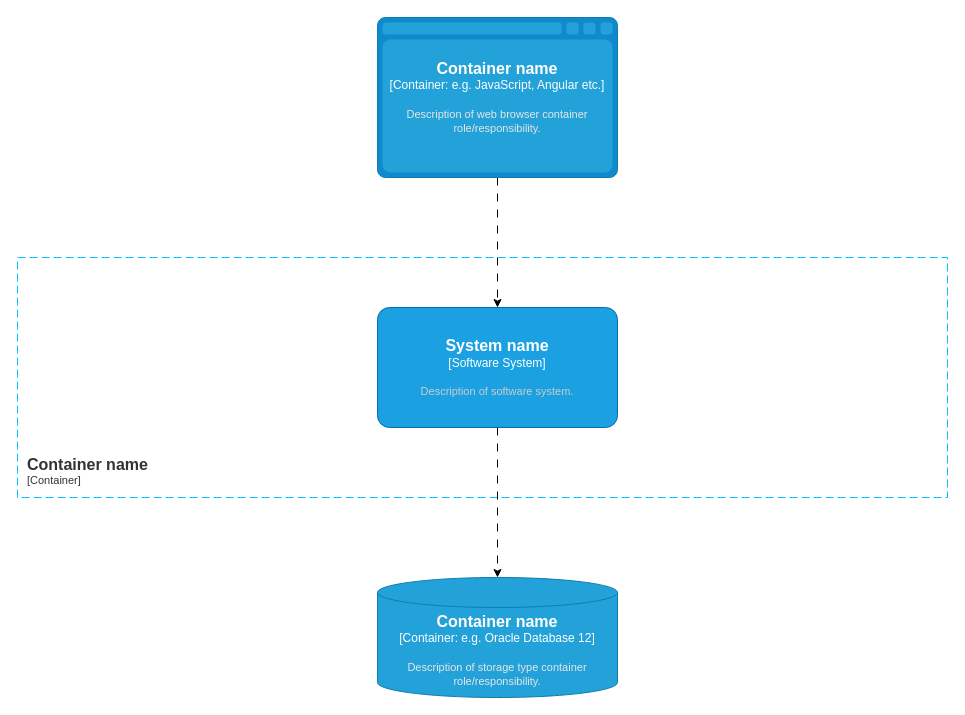
Before: page "Component" (3 of 4) of Project_API_Twitter.drawio in Muking3/Project_API_Twitter, a draw.io diagram. Source tidied: cells renumbered, new cells numbered last; positions are measured from the earlier drawing's top-left corner, leaving out a move shared by most shapes. Both pictures are drawn from the tidied source at 100%, with x=0, y=0 at pixel (17, 17).
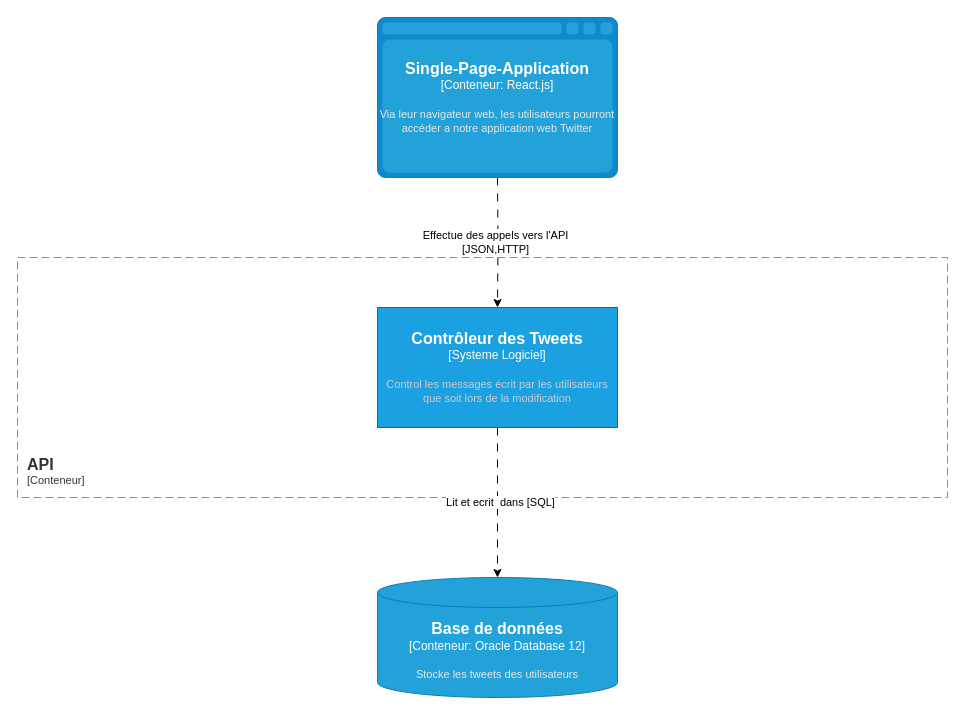
After the change.

What changed in the source:
```diff
@@
 <mxGraphModel>
   <root>
     <mxCell id="0" />
     <mxCell id="1" parent="0" />
-    <mxCell id="2" style="edgeStyle=orthogonalEdgeStyle;rounded=0;jettySize=auto;html=1;dashed=1;dashPattern=8 8;" parent="1" edge="1" source="3" target="6">
-      <mxGeometry relative="1" as="geometry" />
+    <mxCell id="2" style="edgeStyle=orthogonalEdgeStyle;rounded=0;jettySize=auto;html=1;dashed=1;dashPattern=8 8;" parent="1" edge="1" target="6">
+      <mxGeometry relative="1" as="geometry">
+        <mxPoint x="480" y="160" as="sourcePoint" />
+      </mxGeometry>
     </mxCell>
-    <object id="3" label="&lt;font style=&quot;font-size: 16px&quot;&gt;&lt;b&gt;%c4Type%&lt;/b&gt;&lt;/font&gt;&lt;div&gt;[%c4Container%:&amp;nbsp;%c4Technology%]&lt;/div&gt;&lt;br&gt;&lt;div&gt;&lt;font style=&quot;font-size: 11px&quot;&gt;&lt;font color=&quot;#E6E6E6&quot;&gt;%c4Description%&lt;/font&gt;&lt;/div&gt;" c4Container="Container" c4Description="Description of web browser container role/responsibility." c4Technology="e.g. JavaScript, Angular etc." c4Type="Container name" placeholders="1">
-      <mxCell style="shape=mxgraph.c4.webBrowserContainer2;whiteSpace=wrap;html=1;boundedLbl=1;rounded=0;labelBackgroundColor=none;strokeColor=#118ACD;fillColor=#23A2D9;strokeColor=#118ACD;strokeColor2=#0E7DAD;fontSize=12;fontColor=#ffffff;align=center;points=[[0.5,0,0],[1,0.25,0],[1,0.5,0],[1,0.75,0],[0.5,1,0],[0,0.75,0],[0,0.5,0],[0,0.25,0]];" parent="1" vertex="1">
-        <mxGeometry x="360" width="240" height="160" as="geometry" />
-      </mxCell>
-    </object>
+    <mxCell id="8" value="Effectue des appels vers l'API&lt;br style=&quot;border-color: var(--border-color);&quot;&gt;[JSON,HTTP]" style="edgeLabel;html=1;align=center;verticalAlign=middle;" parent="2" vertex="1">
+      <mxGeometry x="0.01" y="-3" relative="1" as="geometry">
+        <mxPoint y="-1" as="offset" />
+      </mxGeometry>
+    </mxCell>
-    <object id="4" label="&lt;font style=&quot;font-size: 16px&quot;&gt;&lt;b&gt;&lt;div style=&quot;text-align: left&quot;&gt;%c4Name%&lt;/div&gt;&lt;/b&gt;&lt;/font&gt;&lt;div style=&quot;text-align: left&quot;&gt;[%c4Application%]&lt;/div&gt;" c4Application="Container" c4Name="Container name" placeholders="1">
+    <object id="4" label="&lt;font style=&quot;font-size: 16px&quot;&gt;&lt;b&gt;&lt;div style=&quot;text-align: left&quot;&gt;%c4Name%&lt;/div&gt;&lt;/b&gt;&lt;/font&gt;&lt;div style=&quot;text-align: left&quot;&gt;[%c4Application%]&lt;/div&gt;" c4Application="Conteneur" c4Name="API" placeholders="1">
       <mxCell style="rounded=0;fontSize=11;whiteSpace=wrap;html=1;dashed=1;arcSize=20;fillColor=none;strokeColor=#00C3FF;fontColor=#333333;labelBackgroundColor=none;align=left;verticalAlign=bottom;labelBorderColor=none;spacingTop=0;spacing=10;dashPattern=8 4;perimeter=rectanglePerimeter;noLabel=0;labelPadding=0;absoluteArcSize=1;" parent="1" vertex="1">
         <mxGeometry y="240" width="930" height="240" as="geometry" />
       </mxCell>
     </object>
-    <mxCell id="5" style="edgeStyle=orthogonalEdgeStyle;rounded=0;jettySize=auto;html=1;dashed=1;dashPattern=8 8;" parent="1" edge="1" source="6" target="7">
-      <mxGeometry relative="1" as="geometry" />
+    <mxCell id="5" style="edgeStyle=orthogonalEdgeStyle;rounded=0;jettySize=auto;html=1;dashed=1;dashPattern=8 8;" parent="1" edge="1" source="6">
+      <mxGeometry relative="1" as="geometry">
+        <mxPoint x="480" y="560" as="targetPoint" />
+      </mxGeometry>
     </mxCell>
+    <mxCell id="9" value="Lit et ecrit&amp;nbsp; dans [SQL]" style="edgeLabel;html=1;align=center;verticalAlign=middle;" parent="5" vertex="1">
+      <mxGeometry y="2" relative="1" as="geometry">
+        <mxPoint x="2" y="1" as="offset" />
+      </mxGeometry>
+    </mxCell>
-    <object id="6" label="&lt;font style=&quot;font-size: 16px&quot;&gt;&lt;b&gt;%c4Name%&lt;/b&gt;&lt;/font&gt;&lt;div&gt;[%c4Type%]&lt;/div&gt;&lt;br&gt;&lt;div&gt;&lt;font style=&quot;font-size: 11px&quot;&gt;&lt;font color=&quot;#cccccc&quot;&gt;%c4Description%&lt;/font&gt;&lt;/div&gt;" c4Description="Description of software system." c4Name="System name" c4Type="Software System" placeholders="1">
-      <mxCell style="rounded=1;whiteSpace=wrap;html=1;labelBackgroundColor=none;fillColor=#1ba1e2;fontColor=#ffffff;align=center;arcSize=10;strokeColor=#006EAF;points=[[0.25,0,0],[0.5,0,0],[0.75,0,0],[1,0.25,0],[1,0.5,0],[1,0.75,0],[0.75,1,0],[0.5,1,0],[0.25,1,0],[0,0.75,0],[0,0.5,0],[0,0.25,0]];" parent="1" vertex="1">
+    <object id="6" label="&lt;font style=&quot;font-size: 16px&quot;&gt;&lt;b&gt;%c4Name%&lt;/b&gt;&lt;/font&gt;&lt;div&gt;[%c4Type%]&lt;/div&gt;&lt;br&gt;&lt;div&gt;&lt;font style=&quot;font-size: 11px&quot;&gt;&lt;font color=&quot;#cccccc&quot;&gt;%c4Description%&lt;/font&gt;&lt;/div&gt;" c4Description="Control les messages écrit par les utilisateurs que soit lors de la modification" c4Name="Contrôleur des Tweets " c4Type="Systeme Logiciel" placeholders="1">
+      <mxCell style="rounded=1;whiteSpace=wrap;html=1;labelBackgroundColor=none;fillColor=#1ba1e2;fontColor=#ffffff;align=center;arcSize=0;strokeColor=#006EAF;points=[[0.25,0,0],[0.5,0,0],[0.75,0,0],[1,0.25,0],[1,0.5,0],[1,0.75,0],[0.75,1,0],[0.5,1,0],[0.25,1,0],[0,0.75,0],[0,0.5,0],[0,0.25,0]];" parent="1" vertex="1">
         <mxGeometry x="360" y="290" width="240" height="120" as="geometry" />
       </mxCell>
     </object>
+    <object id="3" label="&lt;font style=&quot;font-size: 16px&quot;&gt;&lt;b&gt;%c4Type%&lt;/b&gt;&lt;/font&gt;&lt;div&gt;[%c4Container%:&amp;nbsp;%c4Technology%]&lt;/div&gt;&lt;br&gt;&lt;div&gt;&lt;font style=&quot;font-size: 11px&quot;&gt;&lt;font color=&quot;#E6E6E6&quot;&gt;%c4Description%&lt;/font&gt;&lt;/div&gt;" c4Container="Conteneur" c4Description="Via leur navigateur web, les utilisateurs pourront accéder a notre application web Twitter" c4Technology="React.js" c4Type="Single-Page-Application" placeholders="1">
+      <mxCell style="shape=mxgraph.c4.webBrowserContainer2;whiteSpace=wrap;html=1;boundedLbl=1;rounded=0;labelBackgroundColor=none;strokeColor=#118ACD;fillColor=#23A2D9;strokeColor=#118ACD;strokeColor2=#0E7DAD;fontSize=12;fontColor=#ffffff;align=center;points=[[0.5,0,0],[1,0.25,0],[1,0.5,0],[1,0.75,0],[0.5,1,0],[0,0.75,0],[0,0.5,0],[0,0.25,0]];" parent="1" vertex="1">
+        <mxGeometry x="360" width="240" height="160" as="geometry" />
+      </mxCell>
+    </object>
-    <object id="7" label="&lt;font style=&quot;font-size: 16px&quot;&gt;&lt;b&gt;%c4Type%&lt;/b&gt;&lt;/font&gt;&lt;div&gt;[%c4Container%:&amp;nbsp;%c4Technology%]&lt;/div&gt;&lt;br&gt;&lt;div&gt;&lt;font style=&quot;font-size: 11px&quot;&gt;&lt;font color=&quot;#E6E6E6&quot;&gt;%c4Description%&lt;/font&gt;&lt;/div&gt;" c4Container="Container" c4Description="Description of storage type container role/responsibility." c4Technology="e.g. Oracle Database 12" c4Type="Container name" placeholders="1">
+    <object id="7" label="&lt;font style=&quot;font-size: 16px&quot;&gt;&lt;b&gt;%c4Type%&lt;/b&gt;&lt;/font&gt;&lt;div&gt;[%c4Container%:&amp;nbsp;%c4Technology%]&lt;/div&gt;&lt;br&gt;&lt;div&gt;&lt;font style=&quot;font-size: 11px&quot;&gt;&lt;font color=&quot;#E6E6E6&quot;&gt;%c4Description%&lt;/font&gt;&lt;/div&gt;" c4Container="Conteneur" c4Description="Stocke les tweets des utilisateurs" c4Technology="Oracle Database 12" c4Type="Base de données" placeholders="1">
       <mxCell style="shape=cylinder3;size=15;whiteSpace=wrap;html=1;boundedLbl=1;rounded=0;labelBackgroundColor=none;fillColor=#23A2D9;fontSize=12;fontColor=#ffffff;align=center;strokeColor=#0E7DAD;points=[[0.5,0,0],[1,0.25,0],[1,0.5,0],[1,0.75,0],[0.5,1,0],[0,0.75,0],[0,0.5,0],[0,0.25,0]];" parent="1" vertex="1">
         <mxGeometry x="360" y="560" width="240" height="120" as="geometry" />
       </mxCell>
     </object>
   </root>
 </mxGraphModel>
```
